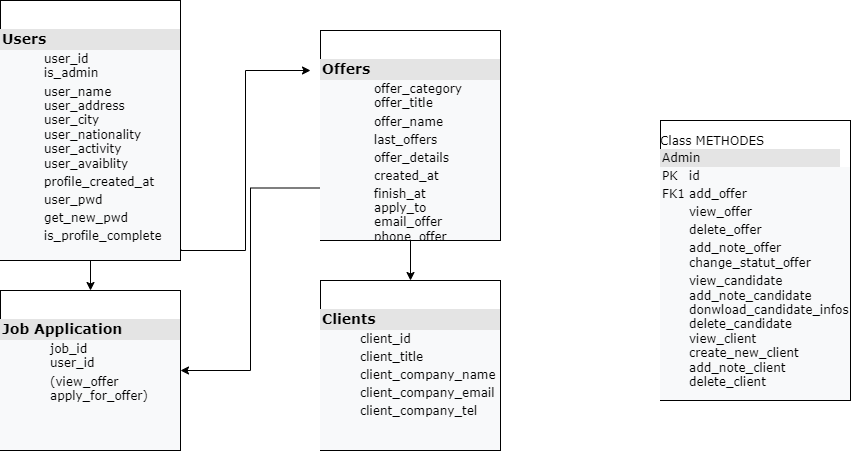
Above: diagram-bdd.drawio.png in Xav-Sathorn/Luxury-Services (draw.io), before the change. Source tidied: cells renumbered, new cells last; positions are measured from the earlier drawing's top-left corner, leaving out a move shared by most shapes.
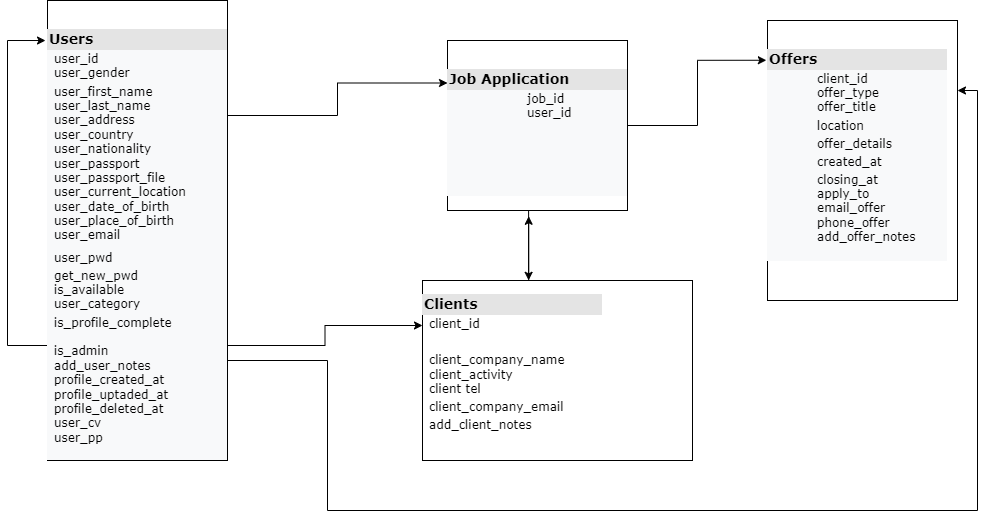
After the change.

The edit, as a diff of the source:
```diff
@@ -2,38 +2,59 @@
   <root>
     <mxCell id="0" />
     <mxCell id="1" parent="0" />
-    <mxCell id="2" style="edgeStyle=orthogonalEdgeStyle;rounded=0;jettySize=auto;html=1;fontSize=12;entryX=1;entryY=0.5;entryDx=0;entryDy=0;exitX=0;exitY=0.75;exitDx=0;exitDy=0;" parent="1" edge="1" source="4" target="9">
-      <mxGeometry relative="1" as="geometry" />
-    </mxCell>
-    <mxCell id="3" style="edgeStyle=orthogonalEdgeStyle;rounded=0;jettySize=auto;html=1;exitX=0.5;exitY=1;exitDx=0;exitDy=0;entryX=0.5;entryY=0;entryDx=0;entryDy=0;fontSize=12;" parent="1" edge="1" source="4" target="5">
-      <mxGeometry relative="1" as="geometry" />
-    </mxCell>
-    <mxCell id="4" value="&lt;br&gt;&lt;br&gt;&lt;div style=&quot;color: rgb(0 , 0 , 0) ; font-family: &amp;#34;verdana&amp;#34; ; font-style: normal ; letter-spacing: normal ; text-align: left ; text-indent: 0px ; text-transform: none ; word-spacing: 0px ; box-sizing: border-box ; width: 180px ; background: rgb(228 , 228 , 228) ; padding: 2px&quot;&gt;&lt;b&gt;&lt;font style=&quot;font-size: 14px&quot;&gt;Offers&lt;/font&gt;&lt;/b&gt;&lt;/div&gt;&lt;table cellpadding=&quot;2&quot; cellspacing=&quot;0&quot; style=&quot;color: rgb(0 , 0 , 0) ; font-family: &amp;#34;verdana&amp;#34; ; font-size: 1em ; font-style: normal ; font-weight: 400 ; letter-spacing: normal ; text-align: left ; text-transform: none ; word-spacing: 0px ; background-color: rgb(248 , 249 , 250) ; width: 180px&quot;&gt;&lt;tbody&gt;&lt;tr&gt;&lt;td&gt;&lt;br&gt;&lt;/td&gt;&lt;td&gt;offer_category&lt;br&gt;offer_title&lt;/td&gt;&lt;/tr&gt;&lt;tr&gt;&lt;td&gt;&lt;span style=&quot;white-space: pre&quot;&gt;&#9;&lt;/span&gt;&lt;br&gt;&lt;/td&gt;&lt;td&gt;offer_name&lt;/td&gt;&lt;/tr&gt;&lt;tr&gt;&lt;td&gt;&lt;/td&gt;&lt;td&gt;last_offers&lt;/td&gt;&lt;/tr&gt;&lt;tr&gt;&lt;td&gt;&lt;br&gt;&lt;/td&gt;&lt;td&gt;offer_details&lt;br&gt;&lt;/td&gt;&lt;/tr&gt;&lt;tr&gt;&lt;td&gt;&lt;br&gt;&lt;/td&gt;&lt;td&gt;created_at&lt;/td&gt;&lt;/tr&gt;&lt;tr&gt;&lt;td&gt;&lt;br&gt;&lt;/td&gt;&lt;td&gt;finish_at&lt;br&gt;apply_to&lt;br&gt;email_offer&lt;br&gt;phone_offer&lt;br&gt;&lt;br&gt;&lt;/td&gt;&lt;/tr&gt;&lt;/tbody&gt;&lt;/table&gt;" style="verticalAlign=top;align=left;overflow=fill;html=1;rounded=0;shadow=0;comic=0;labelBackgroundColor=none;strokeWidth=1;fontFamily=Verdana;fontSize=12;" parent="1" vertex="1">
-      <mxGeometry x="320" y="30" width="180" height="210" as="geometry" />
+    <mxCell id="4" value="&lt;br&gt;&lt;br&gt;&lt;div style=&quot;color: rgb(0 , 0 , 0) ; font-family: &amp;#34;verdana&amp;#34; ; font-style: normal ; letter-spacing: normal ; text-align: left ; text-indent: 0px ; text-transform: none ; word-spacing: 0px ; box-sizing: border-box ; width: 180px ; background: rgb(228 , 228 , 228) ; padding: 2px&quot;&gt;&lt;b&gt;&lt;font style=&quot;font-size: 14px&quot;&gt;Offers&lt;/font&gt;&lt;/b&gt;&lt;/div&gt;&lt;table cellpadding=&quot;2&quot; cellspacing=&quot;0&quot; style=&quot;color: rgb(0 , 0 , 0) ; font-family: &amp;#34;verdana&amp;#34; ; font-size: 1em ; font-style: normal ; font-weight: 400 ; letter-spacing: normal ; text-align: left ; text-transform: none ; word-spacing: 0px ; background-color: rgb(248 , 249 , 250) ; width: 180px&quot;&gt;&lt;tbody&gt;&lt;tr&gt;&lt;td&gt;&lt;br&gt;&lt;/td&gt;&lt;td&gt;client_id&lt;br&gt;offer_type&lt;br&gt;offer_title&lt;/td&gt;&lt;/tr&gt;&lt;tr&gt;&lt;td&gt;&lt;span style=&quot;white-space: pre&quot;&gt;&#9;&lt;/span&gt;&lt;br&gt;&lt;/td&gt;&lt;td&gt;location&lt;/td&gt;&lt;/tr&gt;&lt;tr&gt;&lt;td&gt;&lt;br&gt;&lt;/td&gt;&lt;td&gt;offer_details&lt;br&gt;&lt;/td&gt;&lt;/tr&gt;&lt;tr&gt;&lt;td&gt;&lt;br&gt;&lt;/td&gt;&lt;td&gt;created_at&lt;/td&gt;&lt;/tr&gt;&lt;tr&gt;&lt;td&gt;&lt;br&gt;&lt;/td&gt;&lt;td&gt;closing_at&lt;br&gt;apply_to&lt;br&gt;email_offer&lt;br&gt;phone_offer&lt;br&gt;add_offer_notes&lt;br&gt;&lt;br&gt;&lt;/td&gt;&lt;/tr&gt;&lt;/tbody&gt;&lt;/table&gt;" style="verticalAlign=top;align=left;overflow=fill;html=1;rounded=0;shadow=0;comic=0;labelBackgroundColor=none;strokeWidth=1;fontFamily=Verdana;fontSize=12;" parent="1" vertex="1">
+      <mxGeometry x="580" y="20" width="190" height="280" as="geometry" />
     </mxCell>
+    <mxCell id="11" style="edgeStyle=orthogonalEdgeStyle;rounded=0;jettySize=auto;html=1;exitX=0.5;exitY=0;exitDx=0;exitDy=0;entryX=0.451;entryY=1.034;entryDx=0;entryDy=0;entryPerimeter=0;fontSize=12;fontColor=none;" parent="1" edge="1" source="5" target="9">
+      <mxGeometry relative="1" as="geometry">
+        <Array as="points">
+          <mxPoint x="341" y="280" />
+        </Array>
+      </mxGeometry>
+    </mxCell>
-    <mxCell id="5" value="&lt;br&gt;&lt;br&gt;&lt;div style=&quot;color: rgb(0 , 0 , 0) ; font-family: &amp;#34;verdana&amp;#34; ; font-style: normal ; letter-spacing: normal ; text-align: left ; text-indent: 0px ; text-transform: none ; word-spacing: 0px ; box-sizing: border-box ; width: 180px ; background: rgb(228 , 228 , 228) ; padding: 2px ; font-size: 14px&quot;&gt;&lt;b&gt;&lt;font style=&quot;font-size: 14px&quot;&gt;Clients&lt;/font&gt;&lt;/b&gt;&lt;/div&gt;&lt;table cellpadding=&quot;2&quot; cellspacing=&quot;0&quot; style=&quot;color: rgb(0 , 0 , 0) ; font-family: &amp;#34;verdana&amp;#34; ; font-style: normal ; font-weight: 400 ; letter-spacing: normal ; text-align: left ; text-transform: none ; word-spacing: 0px ; background-color: rgb(248 , 249 , 250) ; width: 180px&quot;&gt;&lt;tbody&gt;&lt;tr&gt;&lt;td&gt;&lt;br&gt;&lt;/td&gt;&lt;td&gt;client_id&lt;/td&gt;&lt;/tr&gt;&lt;tr&gt;&lt;td&gt;&lt;span style=&quot;white-space: pre&quot;&gt;&#9;&lt;/span&gt;&lt;br&gt;&lt;/td&gt;&lt;td&gt;client_title&lt;/td&gt;&lt;/tr&gt;&lt;tr&gt;&lt;td&gt;&lt;/td&gt;&lt;td&gt;client_company_name&lt;/td&gt;&lt;/tr&gt;&lt;tr&gt;&lt;td&gt;&lt;br&gt;&lt;/td&gt;&lt;td&gt;client_company_email&lt;br&gt;&lt;/td&gt;&lt;/tr&gt;&lt;tr&gt;&lt;td&gt;&lt;br&gt;&lt;/td&gt;&lt;td&gt;client_company_tel&lt;br&gt;&lt;/td&gt;&lt;/tr&gt;&lt;tr&gt;&lt;td&gt;&lt;br&gt;&lt;/td&gt;&lt;td&gt;&lt;br&gt;&lt;br&gt;&lt;/td&gt;&lt;/tr&gt;&lt;/tbody&gt;&lt;/table&gt;" style="verticalAlign=top;align=left;overflow=fill;html=1;rounded=0;shadow=0;comic=0;labelBackgroundColor=none;strokeWidth=1;fontFamily=Verdana;fontSize=12;" parent="1" vertex="1">
-      <mxGeometry x="320" y="280" width="180" height="170" as="geometry" />
+    <mxCell id="5" value="&lt;br&gt;&lt;div style=&quot;font-family: &amp;#34;verdana&amp;#34; ; box-sizing: border-box ; width: 180px ; background: rgb(228 , 228 , 228) ; padding: 2px ; font-size: 14px&quot;&gt;&lt;b&gt;Clients&lt;/b&gt;&lt;/div&gt;&lt;table cellpadding=&quot;2&quot; cellspacing=&quot;0&quot; style=&quot;font-family: &amp;#34;verdana&amp;#34; ; width: 180px&quot;&gt;&lt;tbody&gt;&lt;tr&gt;&lt;td&gt;&lt;br&gt;&lt;/td&gt;&lt;td&gt;client_id&lt;span style=&quot;white-space: pre&quot;&gt;&#9;&lt;/span&gt;&lt;/td&gt;&lt;/tr&gt;&lt;tr&gt;&lt;td&gt;&lt;span&gt;&#9;&lt;/span&gt;&lt;br&gt;&lt;/td&gt;&lt;td&gt;&lt;br&gt;&lt;/td&gt;&lt;/tr&gt;&lt;tr&gt;&lt;td&gt;&lt;/td&gt;&lt;td&gt;client_company_name&lt;br&gt;client_activity&lt;br&gt;client tel&lt;/td&gt;&lt;/tr&gt;&lt;tr&gt;&lt;td&gt;&lt;br&gt;&lt;/td&gt;&lt;td&gt;client_company_email&lt;br&gt;&lt;/td&gt;&lt;/tr&gt;&lt;tr&gt;&lt;td&gt;&lt;br&gt;&lt;/td&gt;&lt;td&gt;add_client_notes&lt;/td&gt;&lt;/tr&gt;&lt;/tbody&gt;&lt;/table&gt;" style="verticalAlign=top;align=left;overflow=fill;html=1;rounded=0;shadow=0;comic=0;labelBackgroundColor=none;strokeWidth=1;fontFamily=Verdana;fontSize=12;" parent="1" vertex="1">
+      <mxGeometry x="235" y="280" width="270" height="180" as="geometry" />
     </mxCell>
-    <mxCell id="6" value="&lt;br&gt;Class METHODES&lt;br&gt;&lt;div style=&quot;color: rgb(0 , 0 , 0) ; font-family: &amp;#34;verdana&amp;#34; ; font-size: 12px ; font-style: normal ; font-weight: 400 ; letter-spacing: normal ; text-align: left ; text-indent: 0px ; text-transform: none ; word-spacing: 0px ; box-sizing: border-box ; width: 180px ; background: rgb(228 , 228 , 228) ; padding: 2px&quot;&gt;Admin&lt;/div&gt;&lt;table cellpadding=&quot;2&quot; cellspacing=&quot;0&quot; style=&quot;color: rgb(0 , 0 , 0) ; font-family: &amp;#34;verdana&amp;#34; ; font-size: 1em ; font-style: normal ; font-weight: 400 ; letter-spacing: normal ; text-align: left ; text-transform: none ; word-spacing: 0px ; background-color: rgb(248 , 249 , 250) ; width: 180px&quot;&gt;&lt;tbody&gt;&lt;tr&gt;&lt;td&gt;PK&lt;/td&gt;&lt;td&gt;id&lt;/td&gt;&lt;/tr&gt;&lt;tr&gt;&lt;td&gt;FK1&lt;/td&gt;&lt;td&gt;add_offer&lt;/td&gt;&lt;/tr&gt;&lt;tr&gt;&lt;td&gt;&lt;/td&gt;&lt;td&gt;view_offer&lt;/td&gt;&lt;/tr&gt;&lt;tr&gt;&lt;td&gt;&lt;br&gt;&lt;/td&gt;&lt;td&gt;delete_offer&lt;br&gt;&lt;/td&gt;&lt;/tr&gt;&lt;tr&gt;&lt;td&gt;&lt;br&gt;&lt;/td&gt;&lt;td&gt;add_note_offer&lt;br&gt;change_statut_offer&lt;/td&gt;&lt;/tr&gt;&lt;tr&gt;&lt;td&gt;&lt;br&gt;&lt;/td&gt;&lt;td&gt;view_candidate&lt;br&gt;add_note_candidate&lt;br&gt;donwload_candidate_infos&lt;br&gt;delete_candidate&lt;br&gt;view_client&lt;br&gt;create_new_client&lt;br&gt;add_note_client&lt;br&gt;delete_client&lt;br&gt;&lt;br&gt;&lt;/td&gt;&lt;/tr&gt;&lt;/tbody&gt;&lt;/table&gt;" style="verticalAlign=top;align=left;overflow=fill;html=1;rounded=0;shadow=0;comic=0;labelBackgroundColor=none;strokeWidth=1;fontFamily=Verdana;fontSize=12;" parent="1" vertex="1">
-      <mxGeometry x="660" y="120" width="190" height="280" as="geometry" />
-    </mxCell>
+    <mxCell id="12" style="edgeStyle=orthogonalEdgeStyle;rounded=0;jettySize=auto;html=1;exitX=1;exitY=0.75;exitDx=0;exitDy=0;entryX=1;entryY=0.25;entryDx=0;entryDy=0;fontSize=12;fontColor=none;" parent="1" edge="1" source="8" target="4">
+      <mxGeometry relative="1" as="geometry">
+        <Array as="points">
+          <mxPoint x="40" y="360" />
+          <mxPoint x="140" y="360" />
+          <mxPoint x="140" y="510" />
+          <mxPoint x="790" y="510" />
+          <mxPoint x="790" y="90" />
+        </Array>
+      </mxGeometry>
+    </mxCell>
+    <mxCell id="13" style="edgeStyle=orthogonalEdgeStyle;rounded=0;orthogonalLoop=1;jettySize=auto;html=1;exitX=0;exitY=0.75;exitDx=0;exitDy=0;fontSize=12;fontColor=none;entryX=-0.011;entryY=0.087;entryDx=0;entryDy=0;entryPerimeter=0;" parent="1" edge="1" source="8" target="8">
+      <mxGeometry relative="1" as="geometry">
+        <Array as="points">
+          <mxPoint x="-180" y="345" />
+          <mxPoint x="-180" y="40" />
+        </Array>
+      </mxGeometry>
+    </mxCell>
+    <mxCell id="14" style="edgeStyle=orthogonalEdgeStyle;rounded=0;jettySize=auto;html=1;exitX=1;exitY=0.75;exitDx=0;exitDy=0;entryX=0;entryY=0.25;entryDx=0;entryDy=0;fontSize=12;fontColor=none;" parent="1" edge="1" source="8" target="5">
+      <mxGeometry relative="1" as="geometry" />
+    </mxCell>
-    <mxCell id="7" style="edgeStyle=orthogonalEdgeStyle;rounded=0;jettySize=auto;html=1;exitX=0.5;exitY=1;exitDx=0;exitDy=0;entryX=0.5;entryY=0;entryDx=0;entryDy=0;fontSize=12;" parent="1" edge="1" source="8" target="9">
+    <mxCell id="7" style="edgeStyle=orthogonalEdgeStyle;rounded=0;jettySize=auto;html=1;exitX=1;exitY=0.25;exitDx=0;exitDy=0;entryX=0;entryY=0.25;entryDx=0;entryDy=0;fontSize=12;fontColor=none;" parent="1" edge="1" source="8" target="9">
       <mxGeometry relative="1" as="geometry" />
     </mxCell>
-    <mxCell id="8" value="&lt;br&gt;&lt;br&gt;&lt;div style=&quot;color: rgb(0 , 0 , 0) ; font-family: &amp;#34;verdana&amp;#34; ; font-style: normal ; letter-spacing: normal ; text-align: left ; text-indent: 0px ; text-transform: none ; word-spacing: 0px ; box-sizing: border-box ; width: 180px ; background: rgb(228 , 228 , 228) ; padding: 2px&quot;&gt;&lt;b&gt;&lt;font style=&quot;font-size: 14px&quot;&gt;Users&lt;/font&gt;&lt;/b&gt;&lt;/div&gt;&lt;table cellpadding=&quot;2&quot; cellspacing=&quot;0&quot; style=&quot;color: rgb(0 , 0 , 0) ; font-family: &amp;#34;verdana&amp;#34; ; font-size: 1em ; font-style: normal ; font-weight: 400 ; letter-spacing: normal ; text-align: left ; text-transform: none ; word-spacing: 0px ; background-color: rgb(248 , 249 , 250) ; width: 180px&quot;&gt;&lt;tbody&gt;&lt;tr&gt;&lt;td&gt;&lt;span style=&quot;white-space: pre&quot;&gt;&#9;&lt;/span&gt;&lt;br&gt;&lt;/td&gt;&lt;td&gt;user_id&lt;br&gt;is_admin&lt;/td&gt;&lt;/tr&gt;&lt;tr&gt;&lt;td&gt;&lt;/td&gt;&lt;td&gt;user_name&lt;br&gt;user_address&lt;br&gt;user_city&lt;br&gt;user_nationality&lt;br&gt;user_activity&lt;br&gt;user_avaiblity&lt;/td&gt;&lt;/tr&gt;&lt;tr&gt;&lt;td&gt;&lt;/td&gt;&lt;td&gt;profile_created_at&lt;br&gt;&lt;/td&gt;&lt;/tr&gt;&lt;tr&gt;&lt;td&gt;&lt;br&gt;&lt;/td&gt;&lt;td&gt;user_pwd&lt;br&gt;&lt;/td&gt;&lt;/tr&gt;&lt;tr&gt;&lt;td&gt;&lt;br&gt;&lt;/td&gt;&lt;td&gt;get_new_pwd&lt;br&gt;&lt;/td&gt;&lt;/tr&gt;&lt;tr&gt;&lt;td&gt;&lt;br&gt;&lt;/td&gt;&lt;td&gt;is_profile_complete&lt;br&gt;&lt;br&gt;&lt;/td&gt;&lt;/tr&gt;&lt;/tbody&gt;&lt;/table&gt;" style="verticalAlign=top;align=left;overflow=fill;html=1;rounded=0;shadow=0;comic=0;labelBackgroundColor=none;strokeWidth=1;fontFamily=Verdana;fontSize=12;" parent="1" vertex="1">
-      <mxGeometry width="180" height="260" as="geometry" />
+    <mxCell id="8" value="&lt;br&gt;&lt;br&gt;&lt;div style=&quot;color: rgb(0 , 0 , 0) ; font-family: &amp;#34;verdana&amp;#34; ; font-style: normal ; letter-spacing: normal ; text-align: left ; text-indent: 0px ; text-transform: none ; word-spacing: 0px ; box-sizing: border-box ; width: 180px ; background: rgb(228 , 228 , 228) ; padding: 2px&quot;&gt;&lt;b&gt;&lt;font style=&quot;font-size: 14px&quot;&gt;Users&lt;/font&gt;&lt;/b&gt;&lt;/div&gt;&lt;table cellpadding=&quot;2&quot; cellspacing=&quot;0&quot; style=&quot;color: rgb(0 , 0 , 0) ; font-family: &amp;#34;verdana&amp;#34; ; font-size: 1em ; font-style: normal ; font-weight: 400 ; letter-spacing: normal ; text-align: left ; text-transform: none ; word-spacing: 0px ; background-color: rgb(248 , 249 , 250) ; width: 180px&quot;&gt;&lt;tbody&gt;&lt;tr&gt;&lt;td&gt;&lt;span&gt;&#9;&lt;/span&gt;&lt;br&gt;&lt;/td&gt;&lt;td&gt;user_id&lt;span style=&quot;white-space: pre&quot;&gt;&#9;&lt;/span&gt;&lt;span style=&quot;white-space: pre&quot;&gt;&#9;&lt;/span&gt;&lt;br&gt;user_gender&lt;/td&gt;&lt;/tr&gt;&lt;tr&gt;&lt;td&gt;&lt;/td&gt;&lt;td&gt;user_first_name&lt;br&gt;user_last_name&lt;br&gt;user_address&lt;br&gt;user_country&lt;br&gt;user_nationality&lt;br&gt;user_passport&lt;br&gt;user_passport_file&lt;br&gt;user_current_location&lt;br&gt;user_date_of_birth&lt;br&gt;user_place_of_birth&lt;br&gt;user_email&lt;/td&gt;&lt;/tr&gt;&lt;tr&gt;&lt;td&gt;&lt;/td&gt;&lt;td&gt;&lt;/td&gt;&lt;/tr&gt;&lt;tr&gt;&lt;td&gt;&lt;br&gt;&lt;/td&gt;&lt;td&gt;user_pwd&lt;br&gt;&lt;/td&gt;&lt;/tr&gt;&lt;tr&gt;&lt;td&gt;&lt;br&gt;&lt;/td&gt;&lt;td&gt;get_new_pwd&lt;br&gt;is_available&lt;br&gt;user_category&lt;/td&gt;&lt;/tr&gt;&lt;tr&gt;&lt;td&gt;&lt;br&gt;&lt;/td&gt;&lt;td&gt;is_profile_complete&lt;br&gt;&lt;br&gt;is_admin&lt;br&gt;add_user_notes&lt;br&gt;profile_created_at&lt;br&gt;profile_uptaded_at&lt;br&gt;profile_deleted_at&lt;br&gt;user_cv&lt;br&gt;user_pp&lt;br&gt;&lt;br&gt;&lt;/td&gt;&lt;/tr&gt;&lt;/tbody&gt;&lt;/table&gt;" style="verticalAlign=top;align=left;overflow=fill;html=1;rounded=0;shadow=0;comic=0;labelBackgroundColor=none;strokeWidth=1;fontFamily=Verdana;fontSize=12;" parent="1" vertex="1">
+      <mxGeometry x="-140" width="180" height="460" as="geometry" />
     </mxCell>
+    <mxCell id="15" style="edgeStyle=orthogonalEdgeStyle;rounded=0;jettySize=auto;html=1;exitX=1;exitY=0.5;exitDx=0;exitDy=0;entryX=-0.006;entryY=0.142;entryDx=0;entryDy=0;entryPerimeter=0;fontSize=12;fontColor=none;" parent="1" edge="1" source="9" target="4">
+      <mxGeometry relative="1" as="geometry" />
+    </mxCell>
+    <mxCell id="16" style="edgeStyle=orthogonalEdgeStyle;rounded=0;jettySize=auto;html=1;exitX=0.75;exitY=1;exitDx=0;exitDy=0;entryX=0.393;entryY=-0.001;entryDx=0;entryDy=0;entryPerimeter=0;fontSize=12;fontColor=none;" parent="1" edge="1" source="9" target="5">
+      <mxGeometry relative="1" as="geometry">
+        <Array as="points">
+          <mxPoint x="341" y="210" />
+        </Array>
+      </mxGeometry>
+    </mxCell>
-    <mxCell id="9" value="&lt;br&gt;&lt;br&gt;&lt;div style=&quot;color: rgb(0 , 0 , 0) ; font-family: &amp;#34;verdana&amp;#34; ; font-style: normal ; letter-spacing: normal ; text-align: left ; text-indent: 0px ; text-transform: none ; word-spacing: 0px ; box-sizing: border-box ; width: 180px ; background: rgb(228 , 228 , 228) ; padding: 2px ; font-size: 14px&quot;&gt;&lt;b&gt;&lt;font style=&quot;font-size: 14px&quot;&gt;Job Application&lt;/font&gt;&lt;/b&gt;&lt;/div&gt;&lt;table cellpadding=&quot;2&quot; cellspacing=&quot;0&quot; style=&quot;color: rgb(0 , 0 , 0) ; font-family: &amp;#34;verdana&amp;#34; ; font-style: normal ; font-weight: 400 ; letter-spacing: normal ; text-align: left ; text-transform: none ; word-spacing: 0px ; background-color: rgb(248 , 249 , 250) ; width: 180px&quot;&gt;&lt;tbody&gt;&lt;tr&gt;&lt;td&gt;&lt;span style=&quot;white-space: pre&quot;&gt;&#9;&lt;/span&gt;&lt;br&gt;&lt;/td&gt;&lt;td&gt;job_id&lt;br&gt;user_id&lt;/td&gt;&lt;/tr&gt;&lt;tr&gt;&lt;td&gt;&lt;br&gt;&lt;/td&gt;&lt;td&gt;(view_offer&lt;br&gt;apply_for_offer)&lt;br&gt;&lt;/td&gt;&lt;/tr&gt;&lt;tr&gt;&lt;td&gt;&lt;/td&gt;&lt;td&gt;&lt;/td&gt;&lt;/tr&gt;&lt;tr&gt;&lt;td&gt;&lt;br&gt;&lt;/td&gt;&lt;td&gt;&lt;br&gt;&lt;/td&gt;&lt;/tr&gt;&lt;tr&gt;&lt;td&gt;&lt;/td&gt;&lt;td&gt;&lt;br&gt;&lt;br&gt;&lt;/td&gt;&lt;/tr&gt;&lt;/tbody&gt;&lt;/table&gt;" style="verticalAlign=top;align=left;overflow=fill;html=1;rounded=0;shadow=0;comic=0;labelBackgroundColor=none;strokeWidth=1;fontFamily=Verdana;fontSize=12;" parent="1" vertex="1">
-      <mxGeometry y="290" width="180" height="160" as="geometry" />
+    <mxCell id="9" value="&lt;br&gt;&lt;br&gt;&lt;div style=&quot;color: rgb(0 , 0 , 0) ; font-family: &amp;#34;verdana&amp;#34; ; font-style: normal ; letter-spacing: normal ; text-align: left ; text-indent: 0px ; text-transform: none ; word-spacing: 0px ; box-sizing: border-box ; width: 180px ; background: rgb(228 , 228 , 228) ; padding: 2px ; font-size: 14px&quot;&gt;&lt;b&gt;&lt;font style=&quot;font-size: 14px&quot;&gt;Job Application&lt;/font&gt;&lt;/b&gt;&lt;/div&gt;&lt;table cellpadding=&quot;2&quot; cellspacing=&quot;0&quot; style=&quot;color: rgb(0 , 0 , 0) ; font-family: &amp;#34;verdana&amp;#34; ; font-style: normal ; font-weight: 400 ; letter-spacing: normal ; text-align: left ; text-transform: none ; word-spacing: 0px ; background-color: rgb(248 , 249 , 250) ; width: 180px&quot;&gt;&lt;tbody&gt;&lt;tr&gt;&lt;td&gt;&lt;span style=&quot;white-space: pre&quot;&gt;&#9;&lt;/span&gt;&lt;br&gt;&lt;/td&gt;&lt;td&gt;job_id&lt;br&gt;user_id&lt;/td&gt;&lt;/tr&gt;&lt;tr&gt;&lt;td&gt;&lt;br&gt;&lt;/td&gt;&lt;td&gt;&lt;br&gt;&lt;/td&gt;&lt;/tr&gt;&lt;tr&gt;&lt;td&gt;&lt;/td&gt;&lt;td&gt;&lt;/td&gt;&lt;/tr&gt;&lt;tr&gt;&lt;td&gt;&lt;br&gt;&lt;/td&gt;&lt;td&gt;&lt;br&gt;&lt;/td&gt;&lt;/tr&gt;&lt;tr&gt;&lt;td&gt;&lt;/td&gt;&lt;td&gt;&lt;br&gt;&lt;br&gt;&lt;/td&gt;&lt;/tr&gt;&lt;/tbody&gt;&lt;/table&gt;" style="verticalAlign=top;align=left;overflow=fill;html=1;rounded=0;shadow=0;comic=0;labelBackgroundColor=none;strokeWidth=1;fontFamily=Verdana;fontSize=12;" parent="1" vertex="1">
+      <mxGeometry x="260" y="40" width="180" height="170" as="geometry" />
     </mxCell>
-    <mxCell id="10" style="edgeStyle=orthogonalEdgeStyle;rounded=0;jettySize=auto;html=1;fontSize=12;entryX=1.002;entryY=0.957;entryDx=0;entryDy=0;entryPerimeter=0;exitX=1.002;exitY=0.957;exitDx=0;exitDy=0;exitPerimeter=0;" parent="1" edge="1" source="8">
-      <mxGeometry relative="1" as="geometry">
-        <mxPoint x="310" y="70" as="targetPoint" />
-        <Array as="points">
-          <mxPoint x="245" y="250" />
-          <mxPoint x="245" y="70" />
-        </Array>
-      </mxGeometry>
-    </mxCell>
   </root>
 </mxGraphModel>
```
